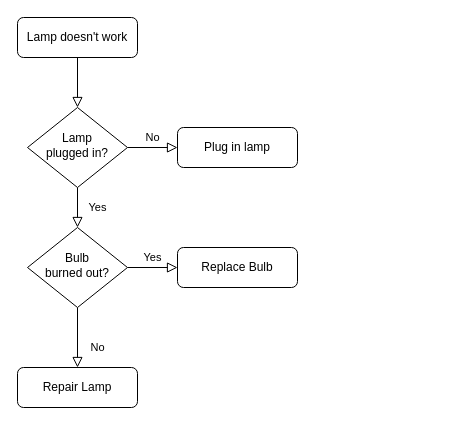
Before: 未命名绘图.drawio in Imamtss/1001, a draw.io diagram. Source tidied: cells renumbered, new cells numbered last; positions are measured from the earlier drawing's top-left corner, leaving out a move shared by most shapes. Both pictures are drawn from the tidied source at 100%, with x=0, y=0 at pixel (17, 17).
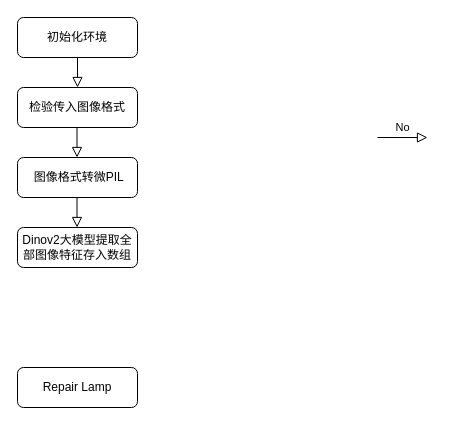
The same page after the edit.

Commit message (it also covers changes not shown here):
更新未命名绘图.drawio

The edit, as a diff of the source:
```diff
@@
 <mxGraphModel>
   <root>
     <mxCell id="0" />
     <mxCell id="1" parent="0" />
-    <mxCell id="2" style="rounded=0;html=1;jettySize=auto;fontSize=11;endArrow=block;endFill=0;endSize=8;strokeWidth=1;shadow=0;labelBackgroundColor=none;edgeStyle=orthogonalEdgeStyle;" parent="1" edge="1" source="3" target="6">
-      <mxGeometry relative="1" as="geometry" />
+    <mxCell id="2" style="rounded=0;html=1;jettySize=auto;fontSize=11;endArrow=block;endFill=0;endSize=8;strokeWidth=1;shadow=0;labelBackgroundColor=none;edgeStyle=orthogonalEdgeStyle;" parent="1" edge="1" source="3">
+      <mxGeometry relative="1" as="geometry">
+        <mxPoint x="60" y="70" as="targetPoint" />
+      </mxGeometry>
     </mxCell>
-    <mxCell id="3" value="Lamp doesn't work" style="rounded=1;whiteSpace=wrap;html=1;fontSize=12;glass=0;strokeWidth=1;shadow=0;" parent="1" vertex="1">
+    <mxCell id="3" value="初始化环境" style="rounded=1;whiteSpace=wrap;html=1;fontSize=12;glass=0;strokeWidth=1;shadow=0;" parent="1" vertex="1">
       <mxGeometry width="120" height="40" as="geometry" />
     </mxCell>
-    <mxCell id="4" value="Yes" style="rounded=0;html=1;jettySize=auto;fontSize=11;endArrow=block;endFill=0;endSize=8;strokeWidth=1;shadow=0;labelBackgroundColor=none;edgeStyle=orthogonalEdgeStyle;" parent="1" edge="1" source="6" target="10">
-      <mxGeometry y="20" relative="1" as="geometry" />
-    </mxCell>
-    <mxCell id="5" value="No" style="edgeStyle=orthogonalEdgeStyle;rounded=0;html=1;jettySize=auto;fontSize=11;endArrow=block;endFill=0;endSize=8;strokeWidth=1;shadow=0;labelBackgroundColor=none;" parent="1" edge="1" source="6" target="7">
-      <mxGeometry y="10" relative="1" as="geometry" />
+    <mxCell id="5" value="No" style="edgeStyle=orthogonalEdgeStyle;rounded=0;html=1;jettySize=auto;orthogonalLoop=1;fontSize=11;endArrow=block;endFill=0;endSize=8;strokeWidth=1;shadow=0;labelBackgroundColor=none;" parent="1" edge="1">
+      <mxGeometry y="10" relative="1" as="geometry">
+        <mxPoint x="360" y="120" as="sourcePoint" />
+        <mxPoint x="410" y="120" as="targetPoint" />
+        <Array as="points">
+          <mxPoint x="400" y="120" />
+          <mxPoint x="400" y="120" />
+        </Array>
+      </mxGeometry>
     </mxCell>
-    <mxCell id="6" value="Lamp&lt;br&gt;plugged in?" style="rhombus;whiteSpace=wrap;html=1;shadow=0;fontFamily=Helvetica;fontSize=12;align=center;strokeWidth=1;spacing=6;spacingTop=-4;" parent="1" vertex="1">
-      <mxGeometry x="10" y="90" width="100" height="80" as="geometry" />
-    </mxCell>
-    <mxCell id="7" value="Plug in lamp" style="rounded=1;whiteSpace=wrap;html=1;fontSize=12;glass=0;strokeWidth=1;shadow=0;" parent="1" vertex="1">
-      <mxGeometry x="160" y="110" width="120" height="40" as="geometry" />
-    </mxCell>
-    <mxCell id="8" value="No" style="rounded=0;html=1;jettySize=auto;fontSize=11;endArrow=block;endFill=0;endSize=8;strokeWidth=1;shadow=0;labelBackgroundColor=none;edgeStyle=orthogonalEdgeStyle;" parent="1" edge="1" source="10" target="11">
-      <mxGeometry x="0.33" y="20" relative="1" as="geometry" />
-    </mxCell>
-    <mxCell id="9" value="Yes" style="edgeStyle=orthogonalEdgeStyle;rounded=0;html=1;jettySize=auto;fontSize=11;endArrow=block;endFill=0;endSize=8;strokeWidth=1;shadow=0;labelBackgroundColor=none;" parent="1" edge="1" source="10" target="12">
-      <mxGeometry y="10" relative="1" as="geometry" />
-    </mxCell>
-    <mxCell id="10" value="Bulb&lt;br&gt;burned out?" style="rhombus;whiteSpace=wrap;html=1;shadow=0;fontFamily=Helvetica;fontSize=12;align=center;strokeWidth=1;spacing=6;spacingTop=-4;" parent="1" vertex="1">
-      <mxGeometry x="10" y="210" width="100" height="80" as="geometry" />
-    </mxCell>
     <mxCell id="11" value="Repair Lamp" style="rounded=1;whiteSpace=wrap;html=1;fontSize=12;glass=0;strokeWidth=1;shadow=0;" parent="1" vertex="1">
       <mxGeometry y="350" width="120" height="40" as="geometry" />
     </mxCell>
-    <mxCell id="12" value="Replace Bulb" style="rounded=1;whiteSpace=wrap;html=1;fontSize=12;glass=0;strokeWidth=1;shadow=0;" parent="1" vertex="1">
-      <mxGeometry x="160" y="230" width="120" height="40" as="geometry" />
+    <mxCell id="12" value="&amp;nbsp;图像格式转微PIL" style="rounded=1;whiteSpace=wrap;html=1;fontSize=12;glass=0;strokeWidth=1;shadow=0;" parent="1" vertex="1">
+      <mxGeometry y="140" width="120" height="40" as="geometry" />
     </mxCell>
+    <mxCell id="13" value="检验传入图像格式" style="rounded=1;whiteSpace=wrap;html=1;fontSize=12;glass=0;strokeWidth=1;shadow=0;" parent="1" vertex="1">
+      <mxGeometry y="70" width="120" height="40" as="geometry" />
+    </mxCell>
+    <mxCell id="14" style="rounded=0;html=1;jettySize=auto;orthogonalLoop=1;fontSize=11;endArrow=block;endFill=0;endSize=8;strokeWidth=1;shadow=0;labelBackgroundColor=none;edgeStyle=orthogonalEdgeStyle;" parent="1" edge="1">
+      <mxGeometry relative="1" as="geometry">
+        <mxPoint x="59.5" y="110" as="sourcePoint" />
+        <mxPoint x="59.5" y="140" as="targetPoint" />
+      </mxGeometry>
+    </mxCell>
+    <mxCell id="15" value="Dinov2大模型提取全部图像特征存入数组" style="rounded=1;whiteSpace=wrap;html=1;fontSize=12;glass=0;strokeWidth=1;shadow=0;" parent="1" vertex="1">
+      <mxGeometry y="210" width="120" height="40" as="geometry" />
+    </mxCell>
+    <mxCell id="16" style="rounded=0;html=1;jettySize=auto;orthogonalLoop=1;fontSize=11;endArrow=block;endFill=0;endSize=8;strokeWidth=1;shadow=0;labelBackgroundColor=none;edgeStyle=orthogonalEdgeStyle;" parent="1" edge="1">
+      <mxGeometry relative="1" as="geometry">
+        <mxPoint x="59.5" y="180" as="sourcePoint" />
+        <mxPoint x="59.5" y="210" as="targetPoint" />
+      </mxGeometry>
+    </mxCell>
   </root>
 </mxGraphModel>
```
